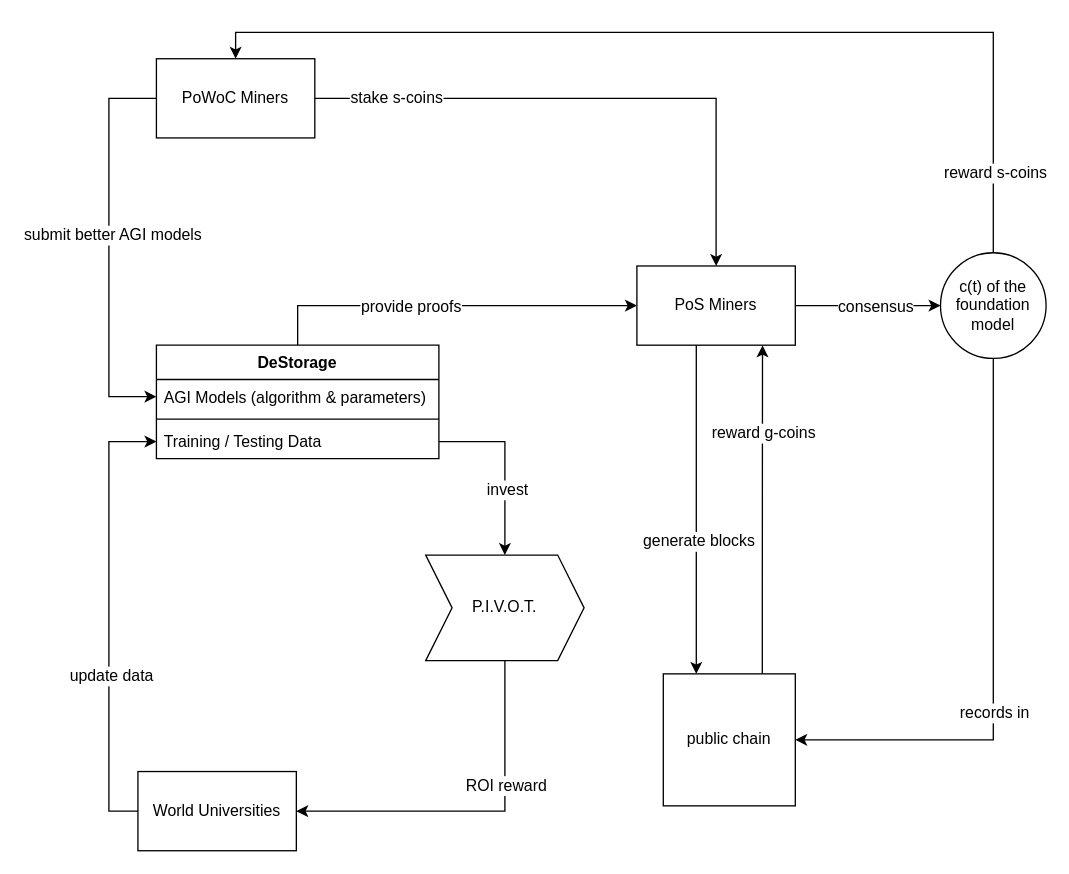
The draw.io diagram projects/37-Pivot/framework.drawio in substrate-asia/hackathon-2023-summer, before the edit. Source tidied: cells renumbered, new cells numbered last; positions are measured from the earlier drawing's top-left corner, leaving out a move shared by most shapes. Both pictures are drawn from the tidied source at 132%, with x=0, y=0 at pixel (108, 58).
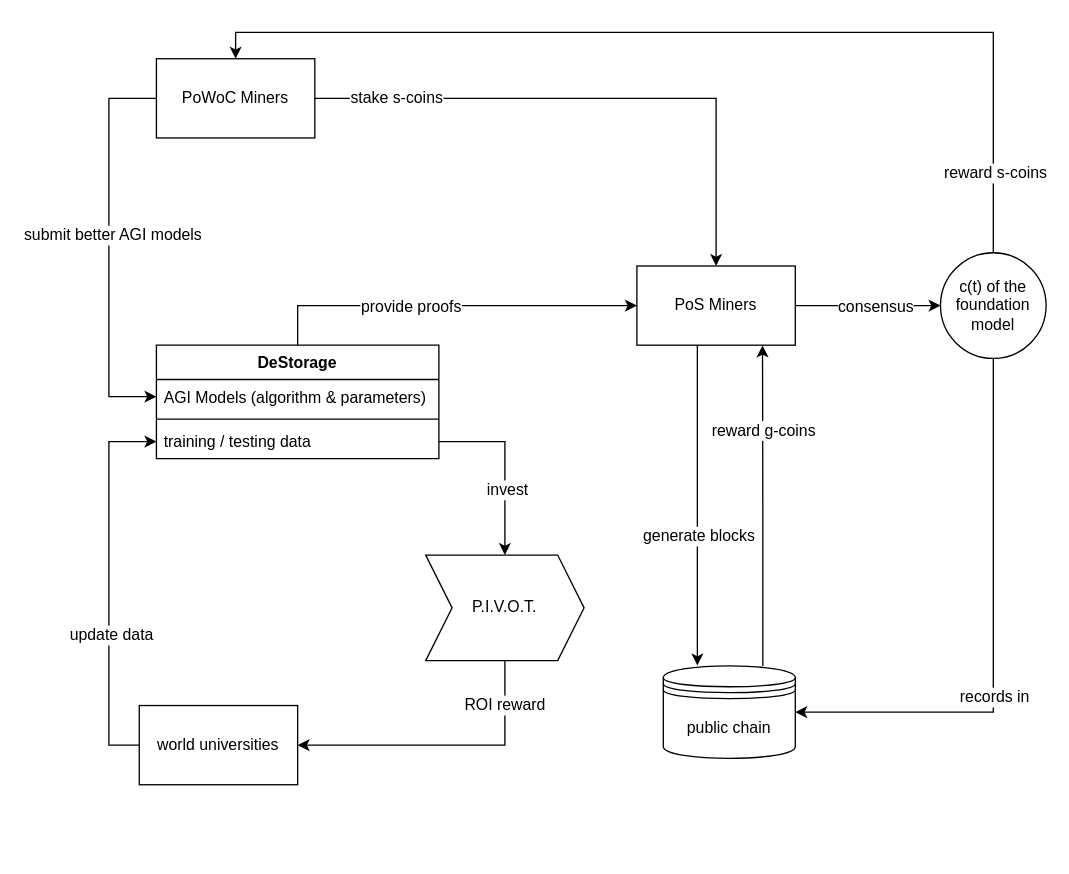
The same page after the edit.

The change refers to these unchanged cells:
```xml
<mxCell id="4" value="DeStorage" style="swimlane;fontStyle=1;align=center;verticalAlign=top;horizontal=1;startSize=26;" parent="1" vertex="1">
  <mxGeometry x="36" y="217" width="214" height="86" as="geometry" />
</mxCell>
<mxCell id="15" value="c(t) of the foundation model" style="ellipse;whiteSpace=wrap;html=1;" parent="1" vertex="1">
  <mxGeometry x="630" y="147" width="80" height="80" as="geometry" />
</mxCell>
<mxCell id="20" value="PoS Miners" style="rounded=0;whiteSpace=wrap;html=1;" parent="1" vertex="1">
  <mxGeometry x="400" y="157" width="120" height="60" as="geometry" />
</mxCell>
<mxCell id="31" value="P.I.V.O.T." style="shape=step;perimeter=stepPerimeter;whiteSpace=wrap;html=1;fixedSize=1;" parent="1" vertex="1">
  <mxGeometry x="240" y="376" width="120" height="80" as="geometry" />
</mxCell>
```

What changed in the source:
```diff
@@
-    <mxCell id="7" value="Training / Testing Data" style="text;strokeColor=none;fillColor=none;align=left;verticalAlign=top;spacingLeft=4;spacingRight=4;overflow=hidden;points=[[0,0.5],[1,0.5]];portConstraint=eastwest;" parent="4" vertex="1">
+    <mxCell id="7" value="training / testing data" style="text;strokeColor=none;fillColor=none;align=left;verticalAlign=top;spacingLeft=4;spacingRight=4;overflow=hidden;points=[[0,0.5],[1,0.5]];portConstraint=eastwest;" parent="4" vertex="1">
       <mxGeometry y="60" width="214" height="26" as="geometry" />
     </mxCell>
-    <mxCell id="8" style="edgeStyle=orthogonalEdgeStyle;rounded=0;jettySize=auto;html=1;entryX=0.793;entryY=1.003;entryDx=0;entryDy=0;entryPerimeter=0;" parent="1" edge="1" source="10" target="20">
-      <mxGeometry relative="1" as="geometry">
-        <Array as="points">
-          <mxPoint x="495" y="406" />
-          <mxPoint x="495" y="406" />
-        </Array>
-      </mxGeometry>
+    <mxCell id="8" style="edgeStyle=orthogonalEdgeStyle;rounded=0;jettySize=auto;html=1;entryX=0.793;entryY=1.003;entryDx=0;entryDy=0;entryPerimeter=0;exitX=0.754;exitY=0;exitDx=0;exitDy=0;exitPerimeter=0;" parent="1" edge="1" source="10" target="20">
+      <mxGeometry relative="1" as="geometry" />
     </mxCell>
@@
-    <mxCell id="10" value="public chain" style="rounded=0;whiteSpace=wrap;html=1;shadow=0;fontFamily=Helvetica;fontSize=12;fontColor=#000000;align=center;fillColor=#FFFFFF;direction=south;" parent="1" vertex="1">
-      <mxGeometry x="420" y="466" width="100" height="100" as="geometry" />
-    </mxCell>
@@
-    <mxCell id="13" style="edgeStyle=orthogonalEdgeStyle;rounded=0;jettySize=auto;html=1;exitX=0.5;exitY=1;exitDx=0;exitDy=0;entryX=0.5;entryY=0;entryDx=0;entryDy=0;" parent="1" edge="1" source="15" target="10">
+    <mxCell id="13" style="edgeStyle=orthogonalEdgeStyle;rounded=0;jettySize=auto;html=1;exitX=0.5;exitY=1;exitDx=0;exitDy=0;" parent="1" edge="1" source="15" target="10">
       <mxGeometry relative="1" as="geometry">
         <Array as="points">
-          <mxPoint x="670" y="516" />
+          <mxPoint x="670" y="495" />
         </Array>
       </mxGeometry>
     </mxCell>
@@
-    <mxCell id="18" style="edgeStyle=orthogonalEdgeStyle;rounded=0;jettySize=auto;html=1;entryX=0;entryY=0.75;entryDx=0;entryDy=0;" parent="1" edge="1" source="20" target="10">
+    <mxCell id="18" style="edgeStyle=orthogonalEdgeStyle;rounded=0;jettySize=auto;html=1;entryX=0.258;entryY=-0.005;entryDx=0;entryDy=0;entryPerimeter=0;" parent="1" edge="1" source="20" target="10">
       <mxGeometry relative="1" as="geometry">
         <Array as="points">
-          <mxPoint x="445" y="246" />
           <mxPoint x="445" y="246" />
         </Array>
       </mxGeometry>
     </mxCell>
@@
     <mxCell id="26" style="edgeStyle=orthogonalEdgeStyle;rounded=0;jettySize=auto;html=1;exitX=0;exitY=0.5;exitDx=0;exitDy=0;entryX=0;entryY=0.5;entryDx=0;entryDy=0;" parent="1" edge="1" source="28" target="7">
       <mxGeometry relative="1" as="geometry">
         <Array as="points">
-          <mxPoint y="570" />
+          <mxPoint y="520" />
           <mxPoint y="290" />
         </Array>
       </mxGeometry>
     </mxCell>
@@
-    <mxCell id="28" value="World Universities" style="rounded=0;whiteSpace=wrap;html=1;" parent="1" vertex="1">
-      <mxGeometry x="22" y="540" width="120" height="60" as="geometry" />
+    <mxCell id="28" value="world universities" style="rounded=0;whiteSpace=wrap;html=1;" parent="1" vertex="1">
+      <mxGeometry x="23" y="490" width="120" height="60" as="geometry" />
     </mxCell>
     <mxCell id="29" style="edgeStyle=orthogonalEdgeStyle;rounded=0;jettySize=auto;html=1;entryX=1;entryY=0.5;entryDx=0;entryDy=0;" parent="1" edge="1" source="31" target="28">
       <mxGeometry relative="1" as="geometry">
         <Array as="points">
-          <mxPoint x="300" y="570" />
+          <mxPoint x="300" y="520" />
         </Array>
       </mxGeometry>
     </mxCell>
     <mxCell id="30" value="ROI reward" style="text;html=1;align=center;verticalAlign=middle;labelBackgroundColor=#ffffff;" parent="29" vertex="1">
       <mxGeometry x="-0.21" y="-1" relative="1" as="geometry">
-        <mxPoint x="1" y="-13" as="offset" />
+        <mxPoint x="22.5" y="-29.5" as="offset" />
       </mxGeometry>
     </mxCell>
@@
+    <mxCell id="10" value="public chain" style="shape=datastore;whiteSpace=wrap;html=1;rounded=0;shadow=0;fillColor=#FFFFFF;" parent="1" vertex="1">
+      <mxGeometry x="420" y="460" width="100" height="70" as="geometry" />
+    </mxCell>
```
